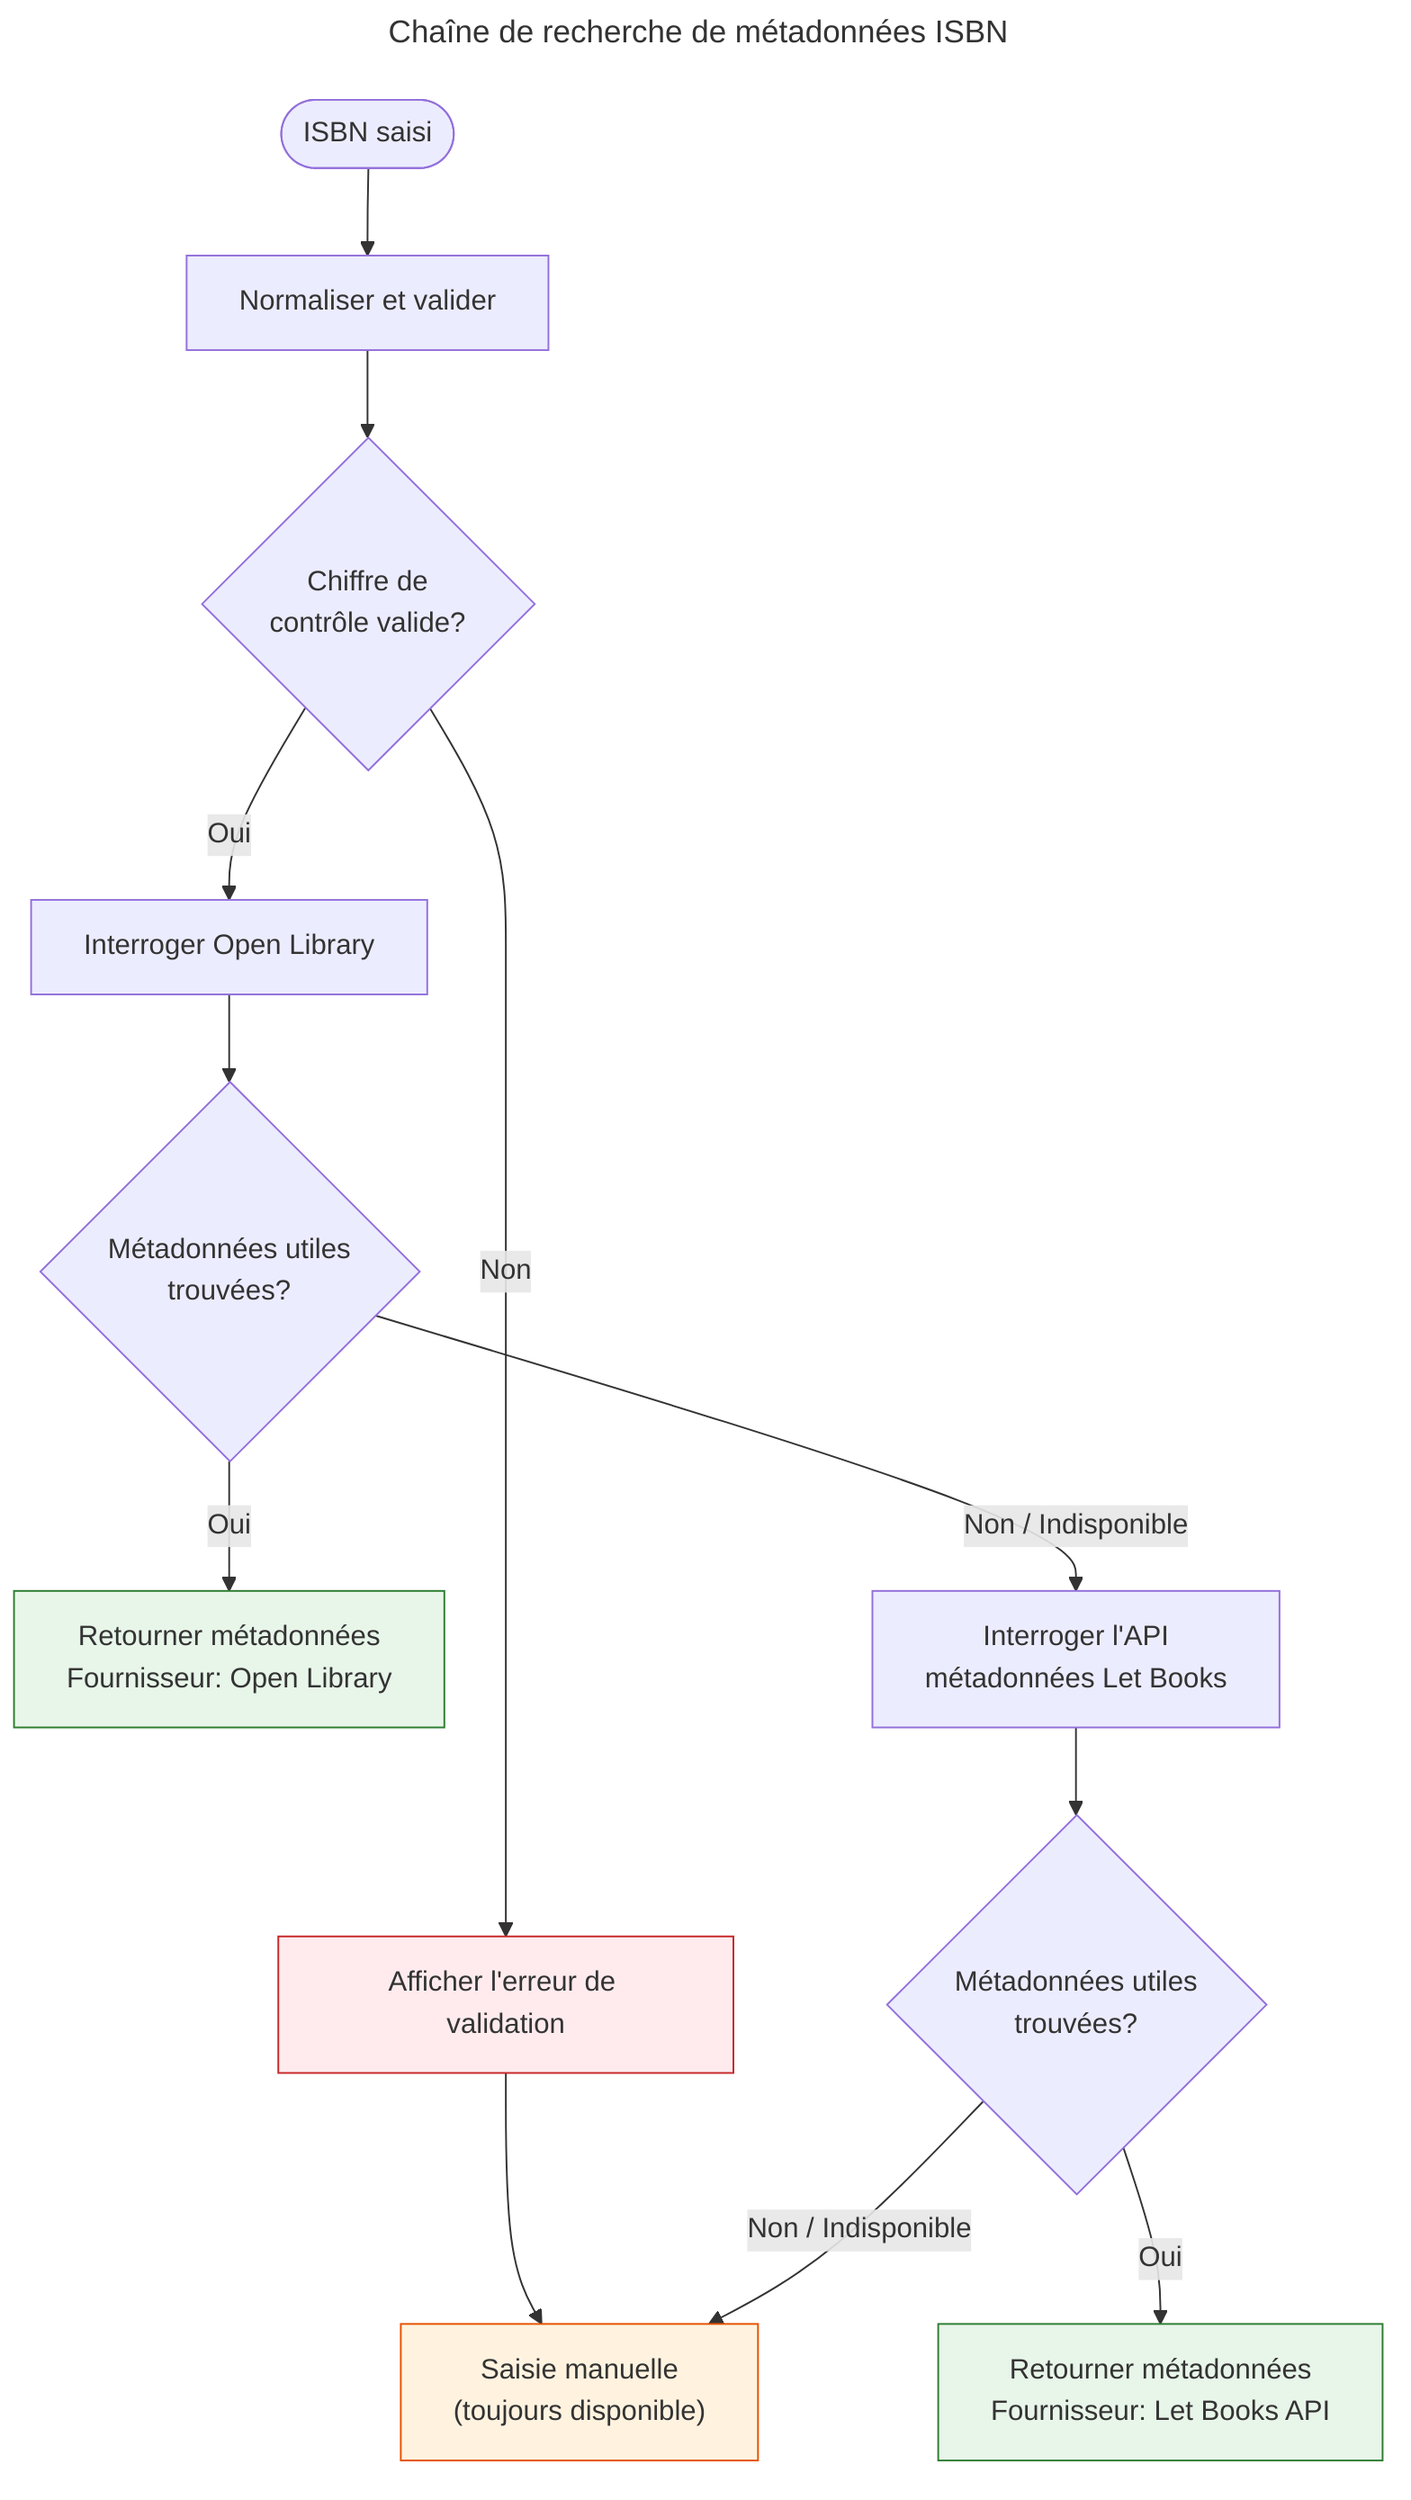
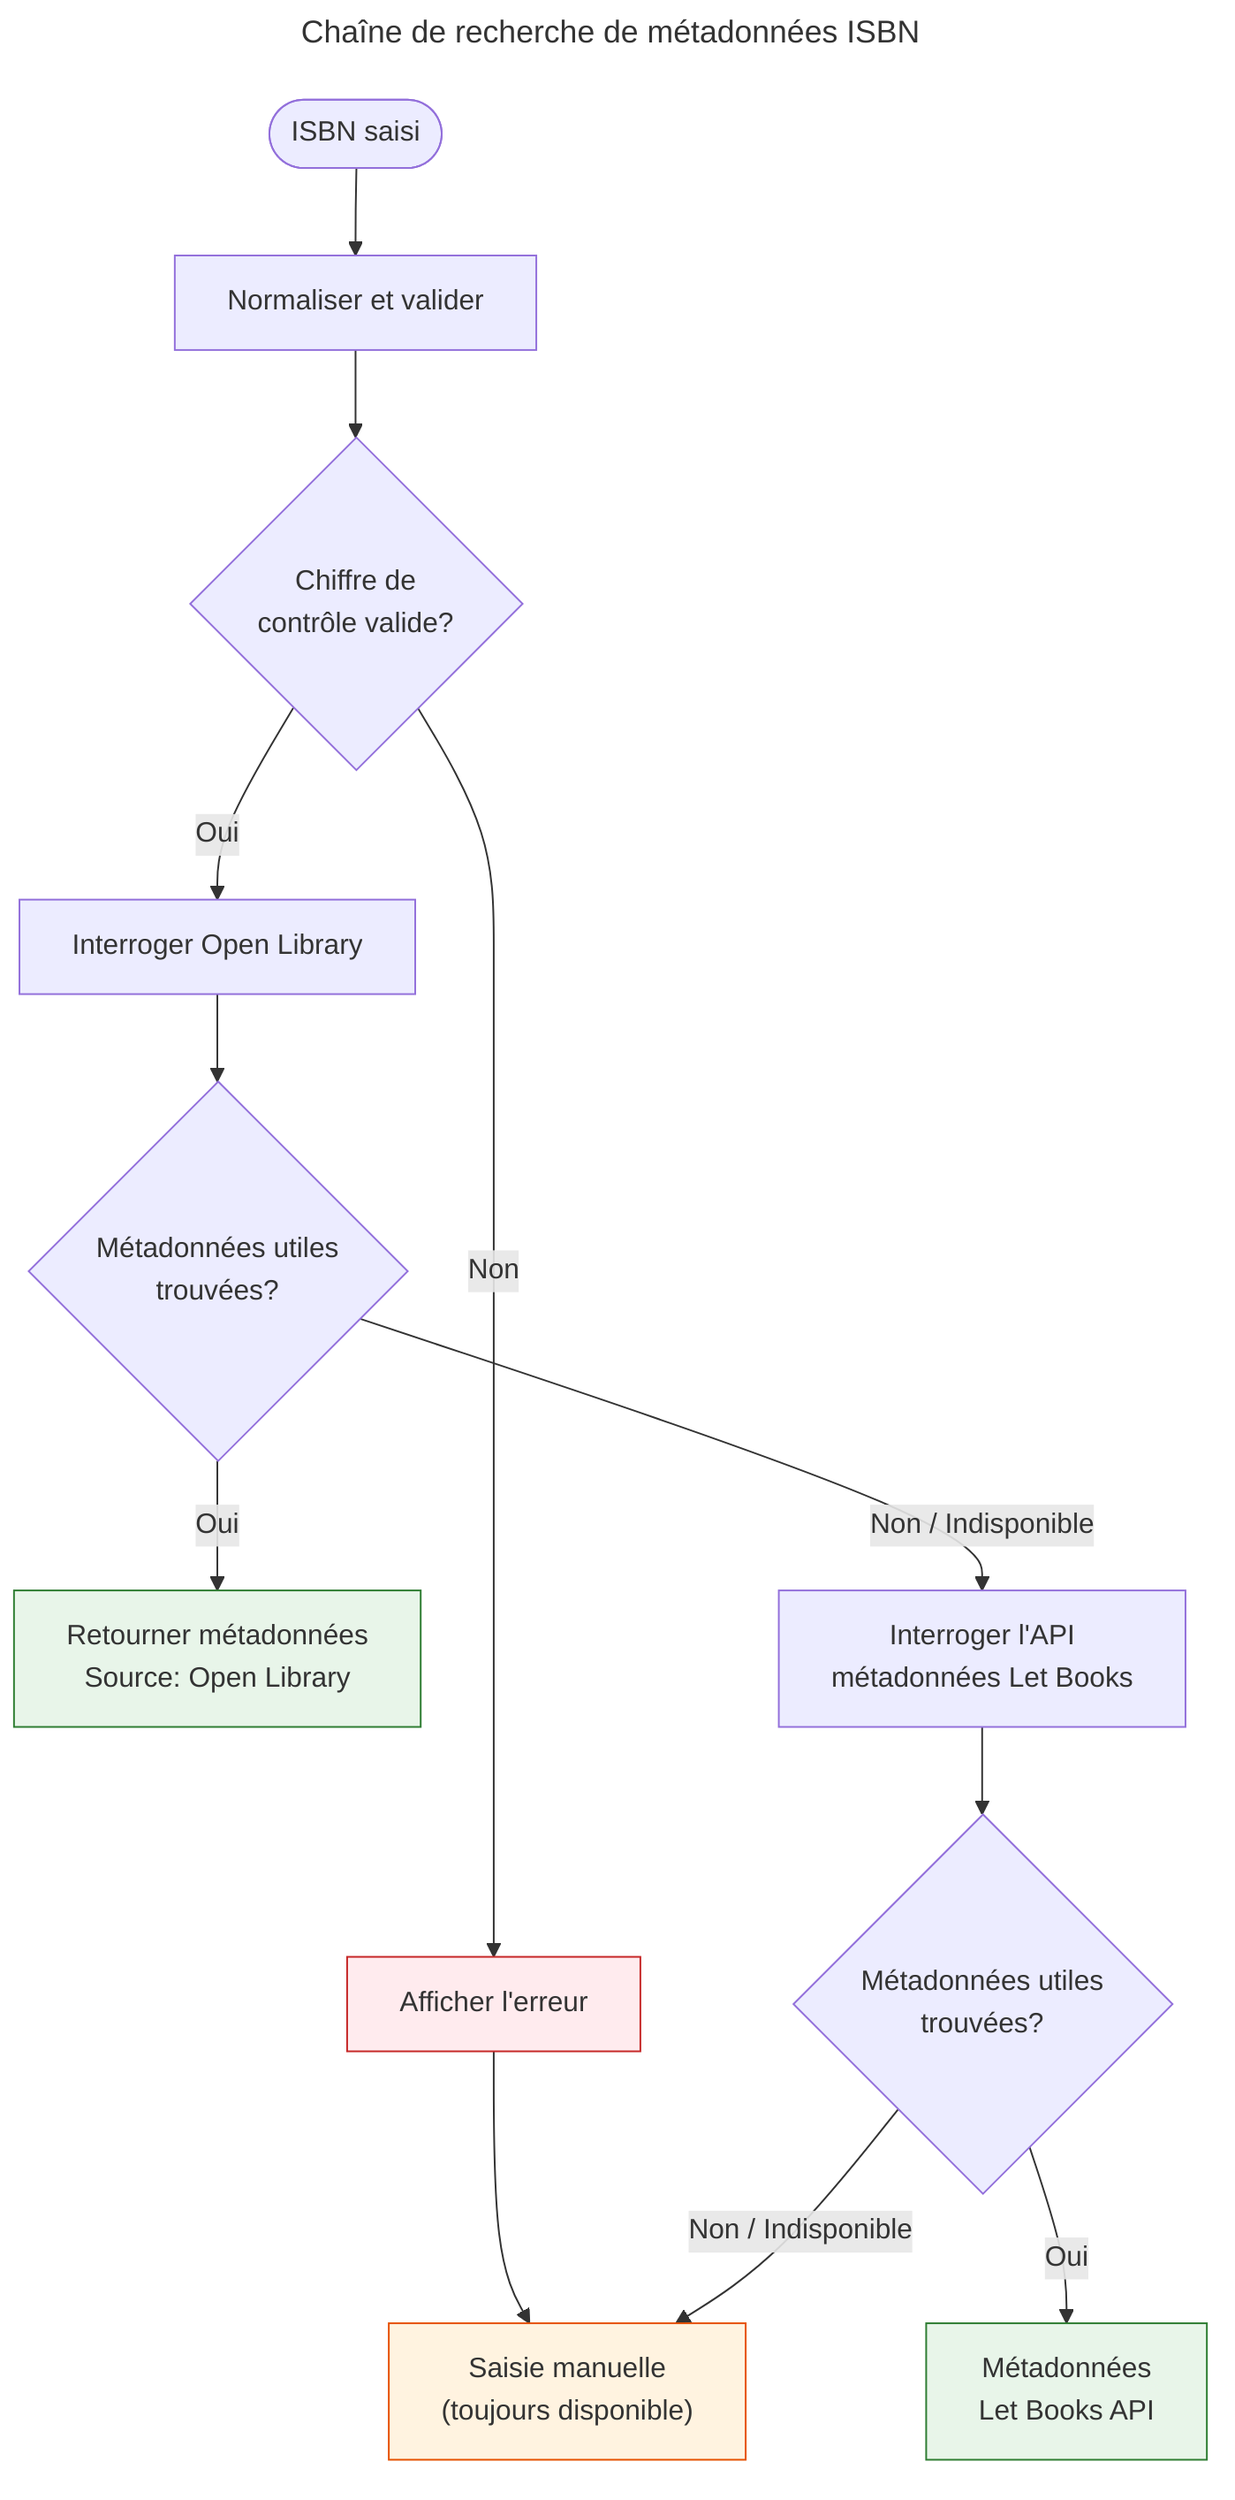
---
title: Chaîne de recherche de métadonnées ISBN
---
flowchart TD
    A(["ISBN saisi"]) --> B[Normaliser et valider]
    B --> C{Chiffre de<br/>contrôle valide?}
-     C -->|Non| D["Afficher l'erreur de validation"]
+     C -->|Non| D["Afficher l'erreur"]
    D --> E["Saisie manuelle<br/>(toujours disponible)"]
    C -->|Oui| F["Interroger Open Library"]
    F --> G{Métadonnées utiles<br/>trouvées?}
-     G -->|Oui| H["Retourner métadonnées<br/>Fournisseur: Open Library"]
+     G -->|Oui| H["Retourner métadonnées<br/>Source: Open Library"]
    G -->|Non / Indisponible| I["Interroger l'API<br/>métadonnées Let Books"]
    I --> J{Métadonnées utiles<br/>trouvées?}
-     J -->|Oui| K["Retourner métadonnées<br/>Fournisseur: Let Books API"]
+     J -->|Oui| K["Métadonnées<br/>Let Books API"]
    J -->|Non / Indisponible| E

    style H fill:#e8f5e9,stroke:#2e7d32
    style K fill:#e8f5e9,stroke:#2e7d32
    style E fill:#fff3e0,stroke:#e65100
    style D fill:#ffebee,stroke:#c62828
